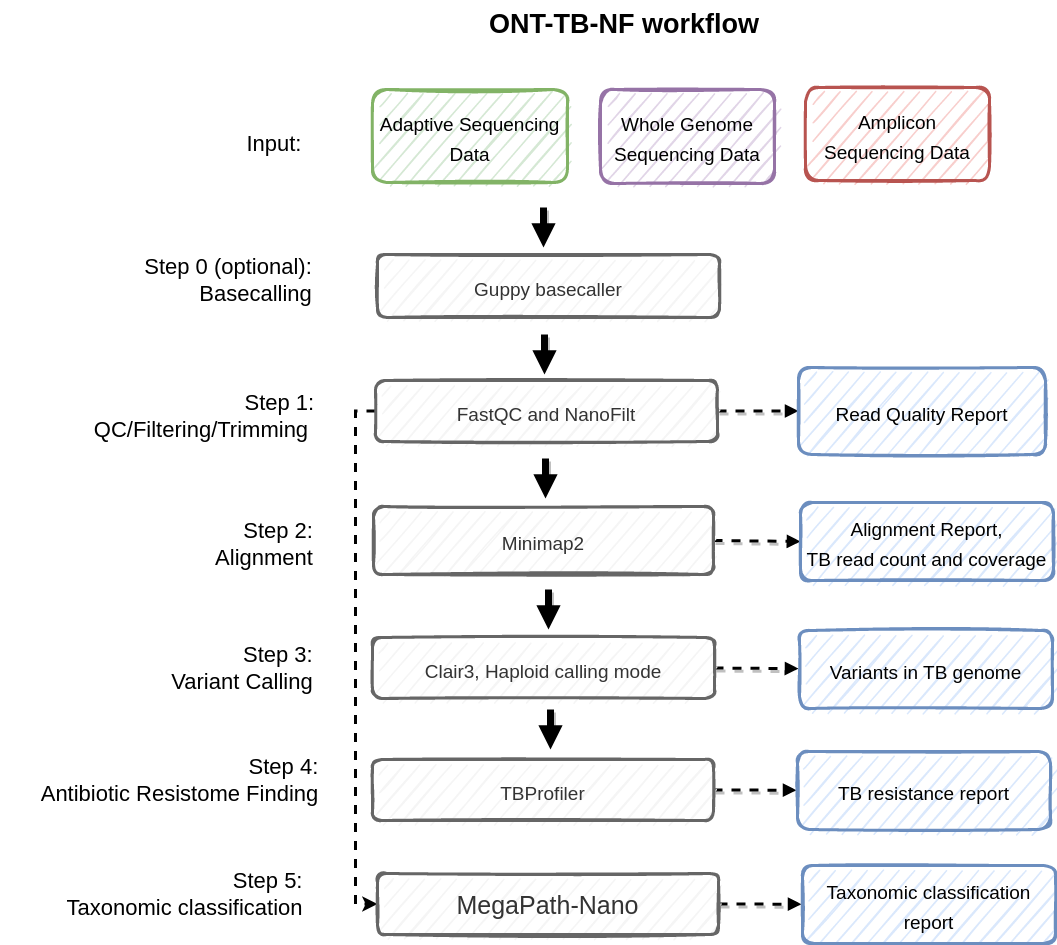
This is figures/wf.png from HKU-BAL/ONT-TB-NF, a draw.io export, as it was before one commit. Source tidied: cells renumbered, new cells last; positions are measured from the earlier drawing's top-left corner, leaving out a move shared by most shapes.
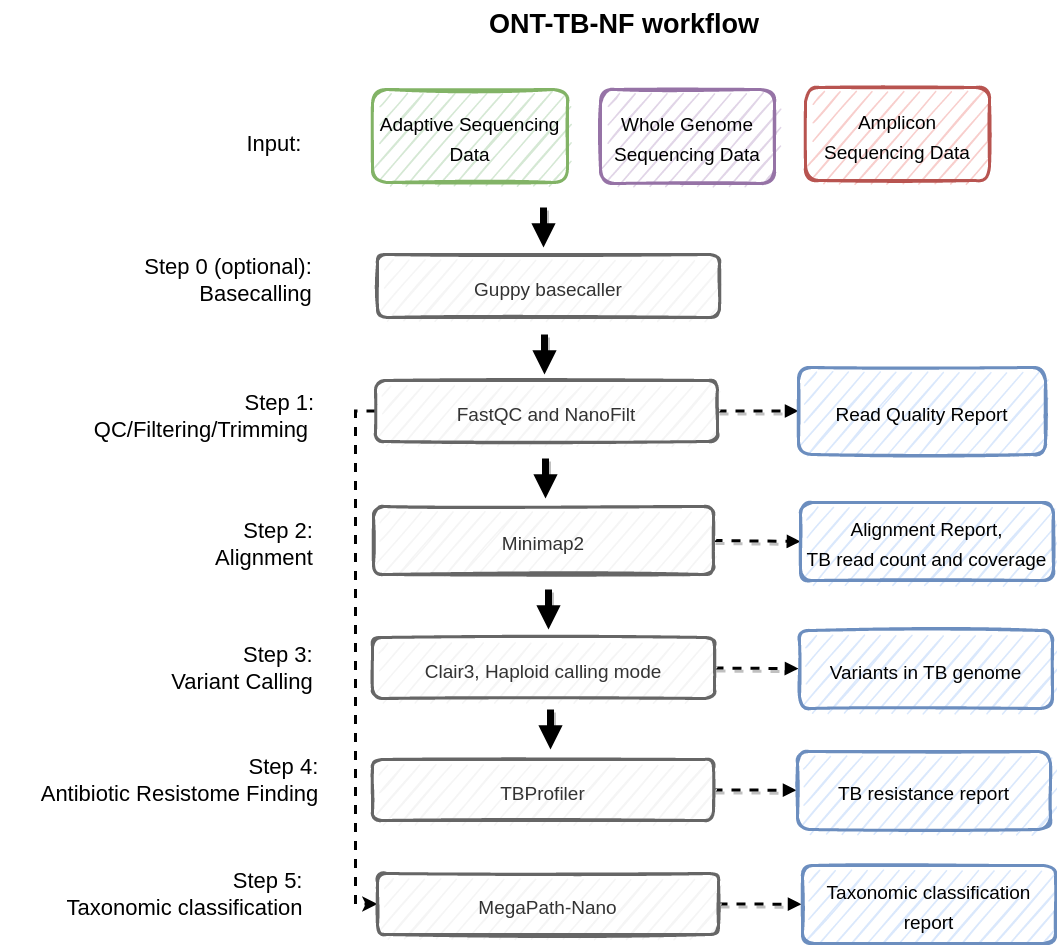
Above is the later version.

Change to the diagram source:
```diff
@@ -110,7 +110,7 @@
     <mxCell id="32" style="edgeStyle=none;rounded=0;jettySize=auto;html=1;exitX=1;exitY=0.5;exitDx=0;exitDy=0;shadow=1;dashed=1;strokeColor=default;strokeWidth=3;fontSize=20;endArrow=block;endFill=1;targetPerimeterSpacing=1;" parent="1" edge="1" source="33" target="34">
       <mxGeometry relative="1" as="geometry" />
     </mxCell>
-    <mxCell id="33" value="MegaPath-Nano" style="rounded=1;whiteSpace=wrap;html=1;fontSize=25;fillColor=#f5f5f5;strokeColor=#666666;strokeWidth=3;fontColor=#333333;sketch=1;" parent="1" vertex="1">
+    <mxCell id="33" value="&lt;span style=&quot;font-size: 19px;&quot;&gt;MegaPath-Nano&lt;/span&gt;" style="rounded=1;whiteSpace=wrap;html=1;fontSize=25;fillColor=#f5f5f5;strokeColor=#666666;strokeWidth=3;fontColor=#333333;sketch=1;" parent="1" vertex="1">
       <mxGeometry x="377" y="873" width="341" height="61" as="geometry" />
     </mxCell>
     <mxCell id="34" value="&lt;span style=&quot;font-size: 19px;&quot;&gt;Taxonomic classification&lt;br&gt;report&lt;/span&gt;" style="rounded=1;whiteSpace=wrap;html=1;fontSize=25;fillColor=#dae8fc;strokeColor=#6c8ebf;strokeWidth=3;sketch=1;" parent="1" vertex="1">
```
